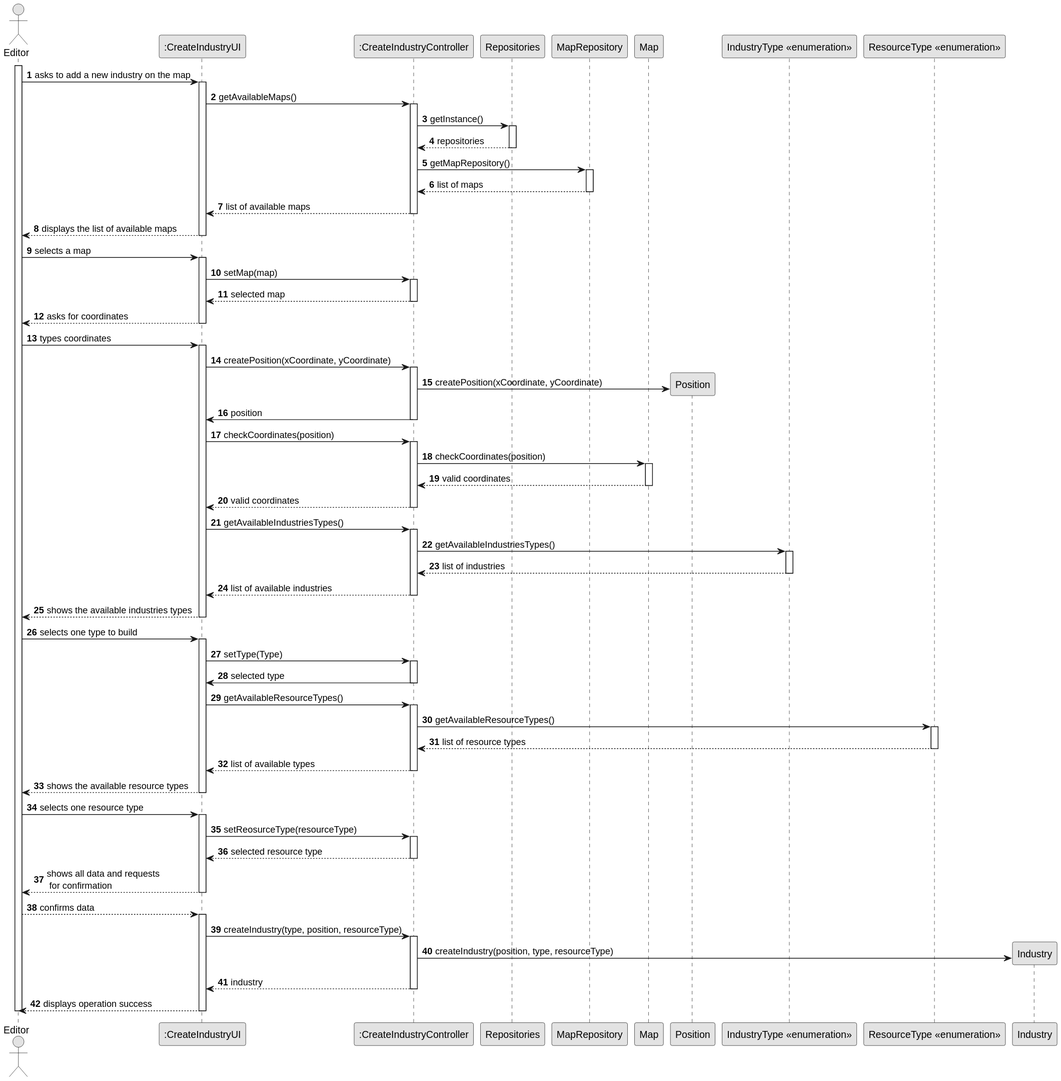
The PlantUML diagram Sprint2/US002/03.design/svg/US002-SD-full.svg in 1240935/pi2-railway-simulator, before a commit.
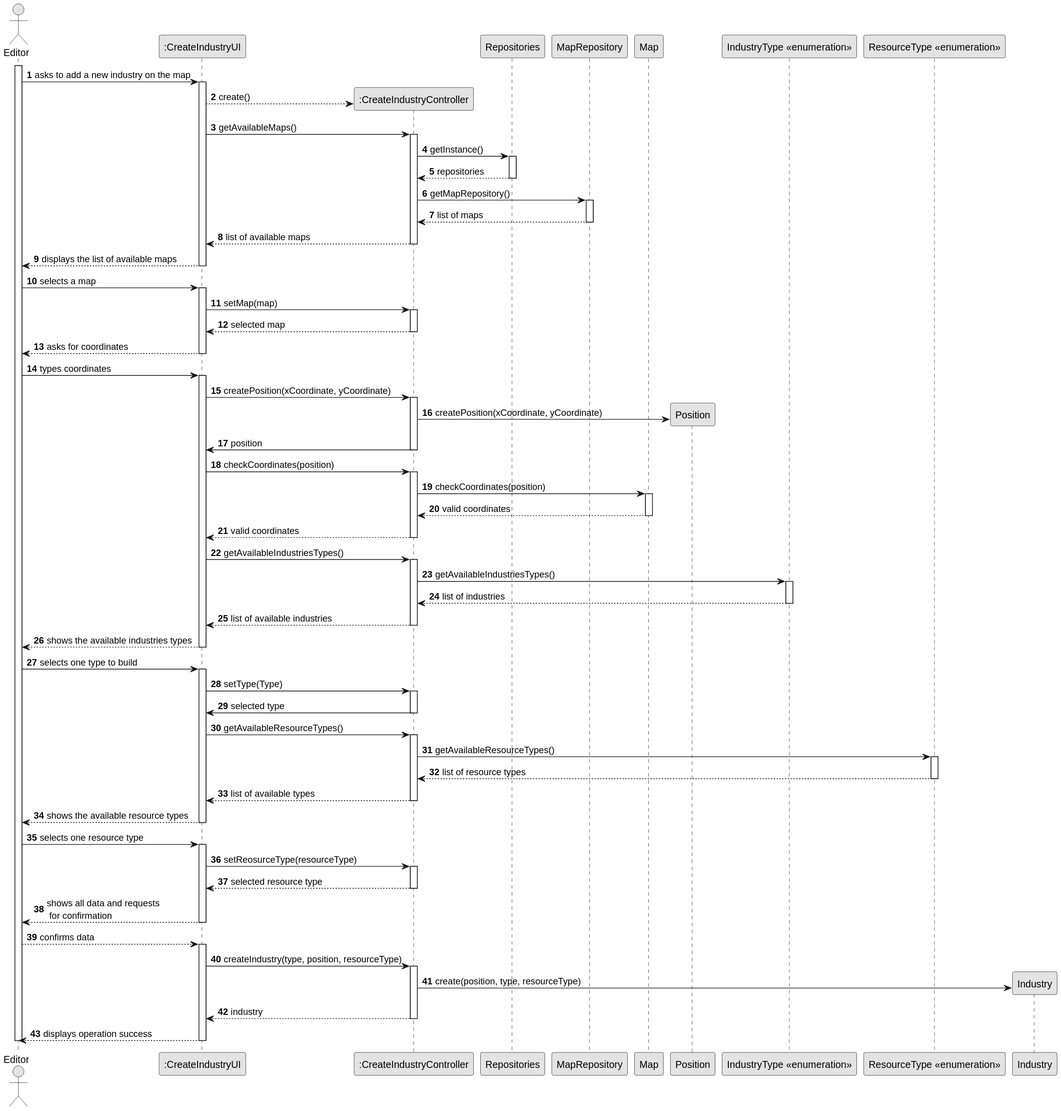
Later version of the same file.

Change to the diagram source:
```diff
@@ -21,6 +21,8 @@
 
     EDITOR -> UI : asks to add a new industry on the map
     activate UI
+
+    UI --> CTRL** : create()
 
     UI -> CTRL : getAvailableMaps()
     activate CTRL
@@ -143,7 +145,7 @@
     UI -> CTRL : createIndustry(type, position, resourceType)
     activate CTRL
 
-    CTRL -> INDUSTRY** : createIndustry(position, type, resourceType)
+    CTRL -> INDUSTRY** : create(position, type, resourceType)
 
 
     CTRL --> UI : industry
```
